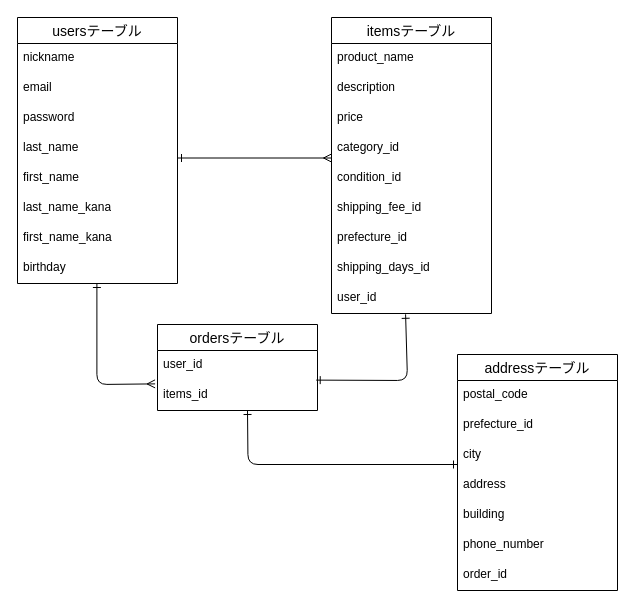
Above: ER図.drawio in K-Nakagawa1210/furima-45742 (draw.io), before the change. Source tidied: cells renumbered, new cells numbered last; positions are measured from the earlier drawing's top-left corner, leaving out a move shared by most shapes. Both pictures are drawn from the tidied source at 100%, with x=0, y=0 at pixel (17, 17).
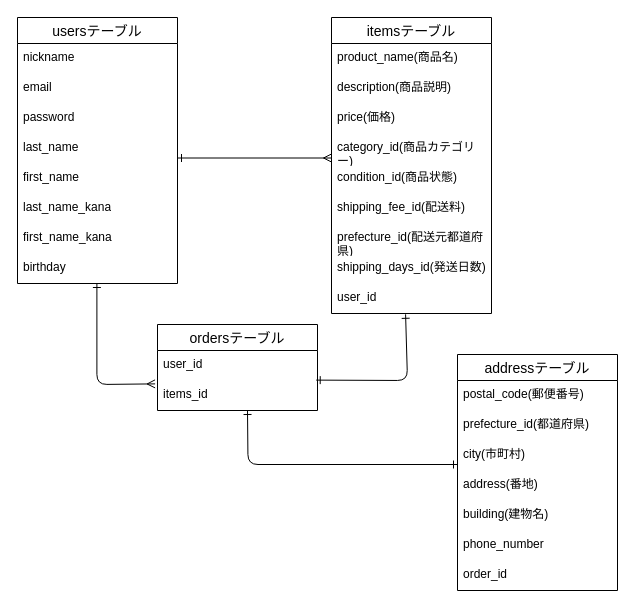
The same page after the edit.

The change refers to these unchanged cells:
```xml
<mxCell id="11" value="itemsテーブル" style="swimlane;fontStyle=0;horizontal=1;startSize=26;align=center;fontSize=14;" parent="1" vertex="1">
  <mxGeometry x="314" width="160" height="296" as="geometry" />
</mxCell>
<mxCell id="25" value="addressテーブル" style="swimlane;fontStyle=0;horizontal=1;startSize=26;align=center;fontSize=14;" parent="1" vertex="1">
  <mxGeometry x="440" y="337" width="160" height="236" as="geometry" />
</mxCell>
```

The edit, as a diff of the source:
```diff
@@
-    <mxCell id="12" value="product_name" style="text;strokeColor=none;fillColor=none;spacingLeft=4;spacingRight=4;overflow=hidden;fontSize=12;whiteSpace=wrap;html=1;" parent="11" vertex="1">
+    <mxCell id="12" value="product_name(商品名)" style="text;strokeColor=none;fillColor=none;spacingLeft=4;spacingRight=4;overflow=hidden;fontSize=12;whiteSpace=wrap;html=1;" parent="11" vertex="1">
       <mxGeometry y="26" width="160" height="30" as="geometry" />
     </mxCell>
-    <mxCell id="13" value="description" style="text;strokeColor=none;fillColor=none;spacingLeft=4;spacingRight=4;overflow=hidden;fontSize=12;whiteSpace=wrap;html=1;" parent="11" vertex="1">
+    <mxCell id="13" value="description(商品説明)" style="text;strokeColor=none;fillColor=none;spacingLeft=4;spacingRight=4;overflow=hidden;fontSize=12;whiteSpace=wrap;html=1;" parent="11" vertex="1">
       <mxGeometry y="56" width="160" height="30" as="geometry" />
     </mxCell>
-    <mxCell id="14" value="price" style="text;strokeColor=none;fillColor=none;spacingLeft=4;spacingRight=4;overflow=hidden;fontSize=12;whiteSpace=wrap;html=1;" parent="11" vertex="1">
+    <mxCell id="14" value="price(価格)" style="text;strokeColor=none;fillColor=none;spacingLeft=4;spacingRight=4;overflow=hidden;fontSize=12;whiteSpace=wrap;html=1;" parent="11" vertex="1">
       <mxGeometry y="86" width="160" height="30" as="geometry" />
     </mxCell>
-    <mxCell id="15" value="category_id" style="text;strokeColor=none;fillColor=none;spacingLeft=4;spacingRight=4;overflow=hidden;fontSize=12;whiteSpace=wrap;html=1;" parent="11" vertex="1">
+    <mxCell id="15" value="category_id(商品カテゴリー)" style="text;strokeColor=none;fillColor=none;spacingLeft=4;spacingRight=4;overflow=hidden;fontSize=12;whiteSpace=wrap;html=1;" parent="11" vertex="1">
       <mxGeometry y="116" width="160" height="30" as="geometry" />
     </mxCell>
-    <mxCell id="16" value="condition_id" style="text;strokeColor=none;fillColor=none;spacingLeft=4;spacingRight=4;overflow=hidden;fontSize=12;whiteSpace=wrap;html=1;" parent="11" vertex="1">
+    <mxCell id="16" value="condition_id(商品状態)" style="text;strokeColor=none;fillColor=none;spacingLeft=4;spacingRight=4;overflow=hidden;fontSize=12;whiteSpace=wrap;html=1;" parent="11" vertex="1">
       <mxGeometry y="146" width="160" height="30" as="geometry" />
     </mxCell>
-    <mxCell id="17" value="shipping_fee_id" style="text;strokeColor=none;fillColor=none;spacingLeft=4;spacingRight=4;overflow=hidden;fontSize=12;whiteSpace=wrap;html=1;" parent="11" vertex="1">
+    <mxCell id="17" value="shipping_fee_id(配送料)" style="text;strokeColor=none;fillColor=none;spacingLeft=4;spacingRight=4;overflow=hidden;fontSize=12;whiteSpace=wrap;html=1;" parent="11" vertex="1">
       <mxGeometry y="176" width="160" height="30" as="geometry" />
     </mxCell>
-    <mxCell id="18" value="prefecture_id" style="text;strokeColor=none;fillColor=none;spacingLeft=4;spacingRight=4;overflow=hidden;fontSize=12;whiteSpace=wrap;html=1;" parent="11" vertex="1">
+    <mxCell id="18" value="prefecture_id(配送元都道府県)" style="text;strokeColor=none;fillColor=none;spacingLeft=4;spacingRight=4;overflow=hidden;fontSize=12;whiteSpace=wrap;html=1;" parent="11" vertex="1">
       <mxGeometry y="206" width="160" height="30" as="geometry" />
     </mxCell>
-    <mxCell id="19" value="shipping_days_id" style="text;strokeColor=none;fillColor=none;spacingLeft=4;spacingRight=4;overflow=hidden;fontSize=12;whiteSpace=wrap;html=1;" parent="11" vertex="1">
+    <mxCell id="19" value="shipping_days_id(発送日数)" style="text;strokeColor=none;fillColor=none;spacingLeft=4;spacingRight=4;overflow=hidden;fontSize=12;whiteSpace=wrap;html=1;" parent="11" vertex="1">
       <mxGeometry y="236" width="160" height="30" as="geometry" />
     </mxCell>
@@
-    <mxCell id="26" value="postal_code" style="text;strokeColor=none;fillColor=none;spacingLeft=4;spacingRight=4;overflow=hidden;fontSize=12;whiteSpace=wrap;html=1;" parent="25" vertex="1">
+    <mxCell id="26" value="postal_code(郵便番号)" style="text;strokeColor=none;fillColor=none;spacingLeft=4;spacingRight=4;overflow=hidden;fontSize=12;whiteSpace=wrap;html=1;" parent="25" vertex="1">
       <mxGeometry y="26" width="160" height="30" as="geometry" />
     </mxCell>
-    <mxCell id="27" value="prefecture_id" style="text;strokeColor=none;fillColor=none;spacingLeft=4;spacingRight=4;overflow=hidden;fontSize=12;whiteSpace=wrap;html=1;" parent="25" vertex="1">
+    <mxCell id="27" value="prefecture_id(都道府県)" style="text;strokeColor=none;fillColor=none;spacingLeft=4;spacingRight=4;overflow=hidden;fontSize=12;whiteSpace=wrap;html=1;" parent="25" vertex="1">
       <mxGeometry y="56" width="160" height="30" as="geometry" />
     </mxCell>
-    <mxCell id="28" value="city" style="text;strokeColor=none;fillColor=none;spacingLeft=4;spacingRight=4;overflow=hidden;points=[[0,0.5],[1,0.5]];portConstraint=eastwest;fontSize=12;whiteSpace=wrap;html=1;" parent="25" vertex="1">
+    <mxCell id="28" value="city(市町村)" style="text;strokeColor=none;fillColor=none;spacingLeft=4;spacingRight=4;overflow=hidden;points=[[0,0.5],[1,0.5]];portConstraint=eastwest;fontSize=12;whiteSpace=wrap;html=1;" parent="25" vertex="1">
       <mxGeometry y="86" width="160" height="30" as="geometry" />
     </mxCell>
-    <mxCell id="29" value="address" style="text;strokeColor=none;fillColor=none;spacingLeft=4;spacingRight=4;overflow=hidden;fontSize=12;whiteSpace=wrap;html=1;" parent="25" vertex="1">
+    <mxCell id="29" value="address(番地)" style="text;strokeColor=none;fillColor=none;spacingLeft=4;spacingRight=4;overflow=hidden;fontSize=12;whiteSpace=wrap;html=1;" parent="25" vertex="1">
       <mxGeometry y="116" width="160" height="30" as="geometry" />
     </mxCell>
-    <mxCell id="30" value="building" style="text;strokeColor=none;fillColor=none;spacingLeft=4;spacingRight=4;overflow=hidden;fontSize=12;whiteSpace=wrap;html=1;" parent="25" vertex="1">
+    <mxCell id="30" value="building(建物名)" style="text;strokeColor=none;fillColor=none;spacingLeft=4;spacingRight=4;overflow=hidden;fontSize=12;whiteSpace=wrap;html=1;" parent="25" vertex="1">
       <mxGeometry y="146" width="160" height="30" as="geometry" />
     </mxCell>
```
